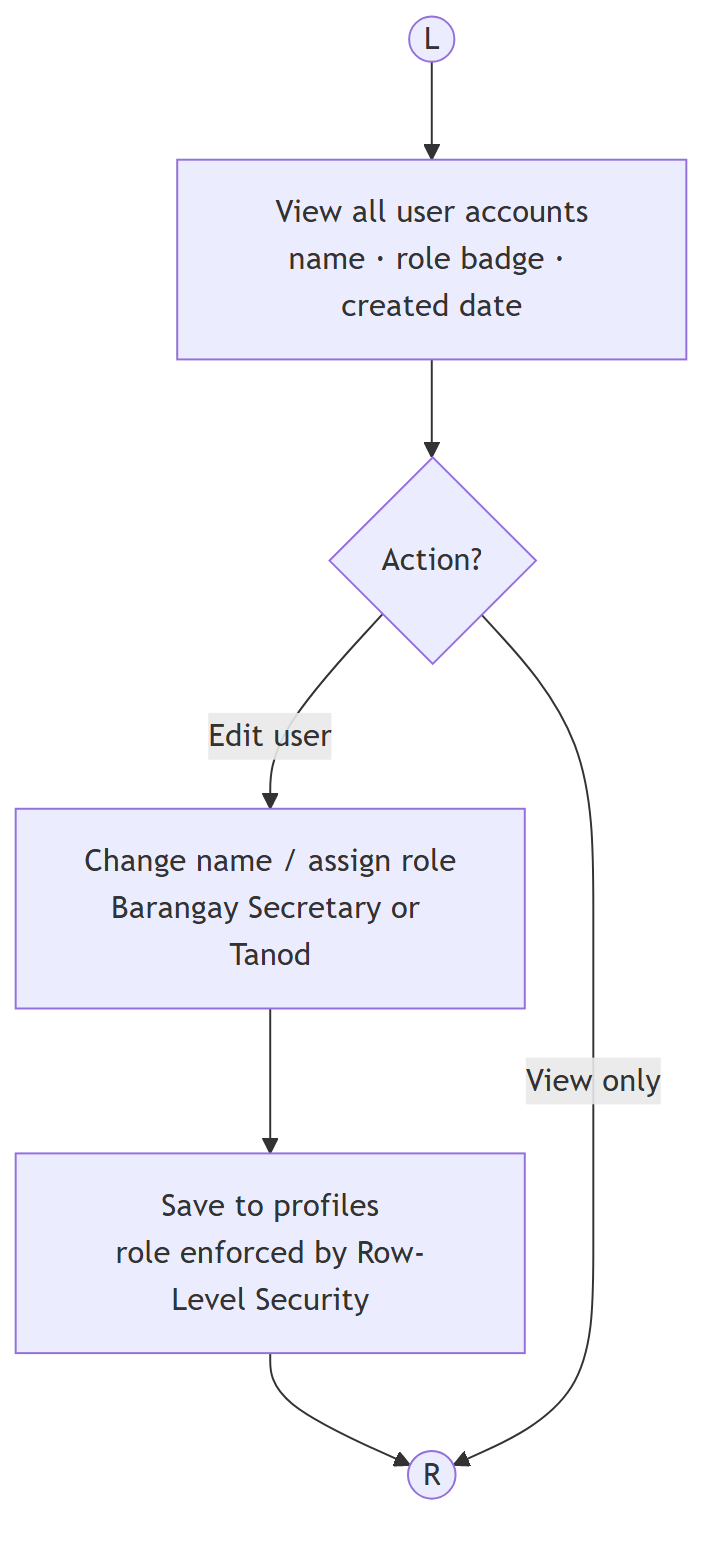
Earlier version of the Mermaid export diagrams/modules/user_management.png (KellyEspera/protect). Its source is kept beside it as diagrams/modules/user_management.mmd.
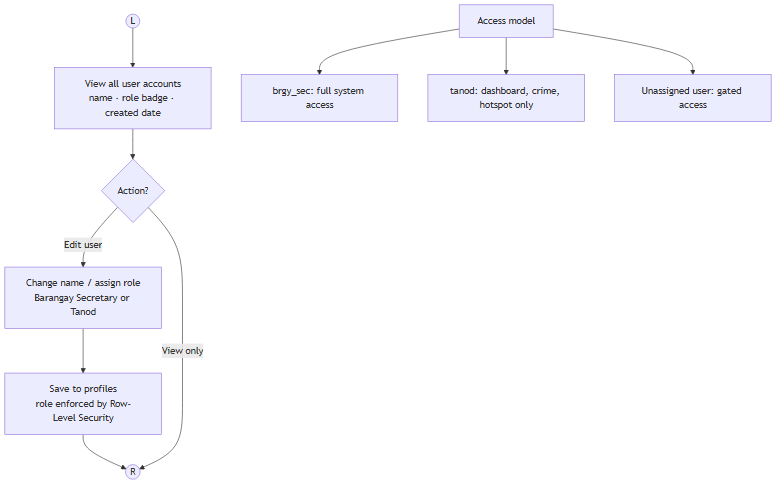
After the change.

Diff of the diagram source:
```diff
@@ -5,3 +5,7 @@
     Edit --> Save[Save to profiles<br/>role enforced by Row-Level Security]
     Save --> R((R))
     Act -- View only --> R((R))
+
+    Role[Access model] --> Secretary[brgy_sec: full system access]
+    Role --> Tanod[tanod: dashboard, crime, hotspot only]
+    Role --> None[Unassigned user: gated access]
```
